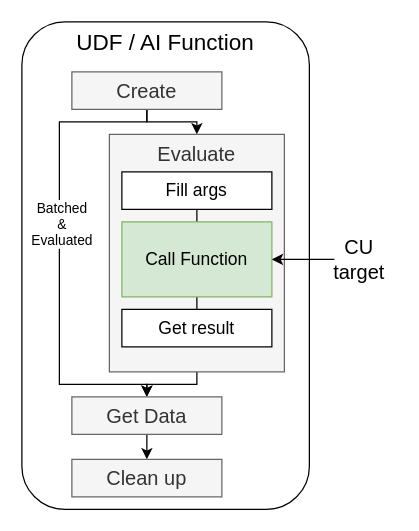
Above: page "Page-12" (12 of 12) of geofuncs.drawio in shinyano/drawio (draw.io), before the change. Source tidied: cells renumbered, new cells numbered last; positions are measured from the earlier drawing's top-left corner, leaving out a move shared by most shapes. Both pictures are drawn from the tidied source at 125%, with x=0, y=0 at pixel (21, 21).
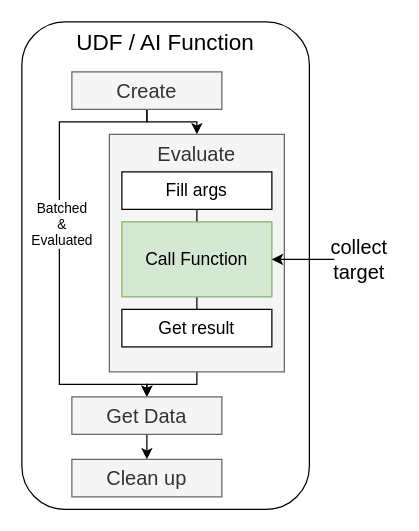
The same page after the edit.

Diff of the diagram source:
```diff
@@
-    <mxCell id="18" value="CU target" style="text;html=1;align=center;verticalAlign=middle;whiteSpace=wrap;rounded=0;fontSize=16;" parent="1" vertex="1">
+    <mxCell id="18" value="collect target" style="text;html=1;align=center;verticalAlign=middle;whiteSpace=wrap;rounded=0;fontSize=16;" parent="1" vertex="1">
       <mxGeometry x="240" y="175" width="60" height="30" as="geometry" />
     </mxCell>
```
